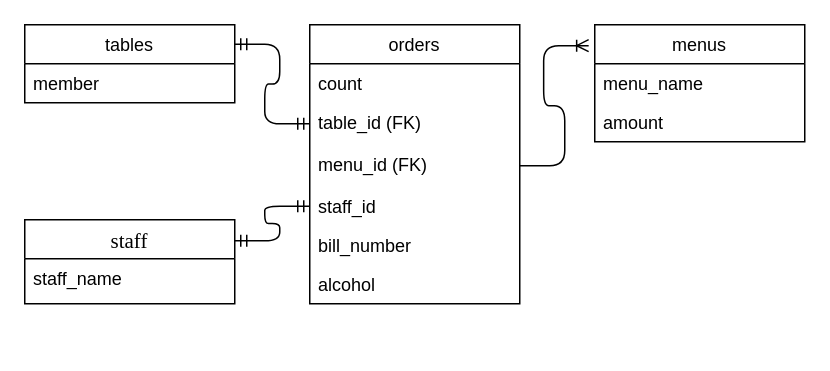
koteharyu/Today_I_Learned keeps this draw.io diagram as DataBase/osho.dio. Above is the earlier version. Source tidied: cells renumbered, new cells numbered last; positions are measured from the earlier drawing's top-left corner, leaving out a move shared by most shapes. Both pictures are drawn from the tidied source at 150%, with x=0, y=0 at pixel (24, 24).
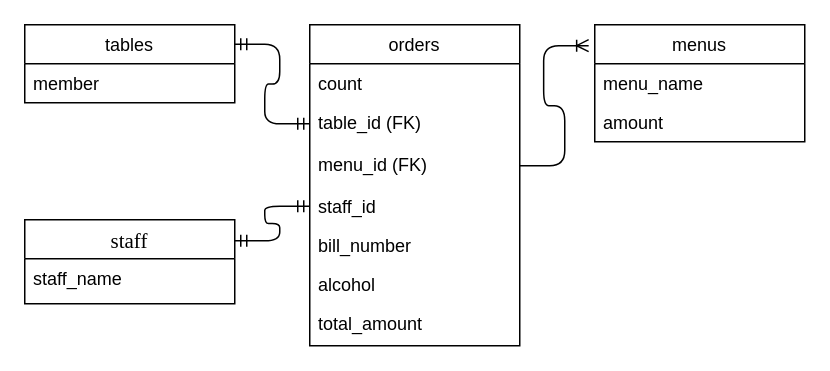
Above is the later version.

Commit message:
add total_amount in orders table!

Change to the diagram source:
```diff
@@
 <mxGraphModel>
   <root>
     <mxCell id="0" />
     <mxCell id="1" parent="0" />
     <mxCell id="2" value="orders" style="swimlane;fontStyle=0;horizontal=1;startSize=26;fillColor=none;" parent="1" vertex="1">
-      <mxGeometry x="190" width="140" height="186" as="geometry" />
+      <mxGeometry x="190" width="140" height="214" as="geometry" />
     </mxCell>
     <mxCell id="3" value="count" style="text;strokeColor=none;fillColor=none;align=left;verticalAlign=top;spacingLeft=4;spacingRight=4;overflow=hidden;" parent="2" vertex="1">
       <mxGeometry y="26" width="140" height="26" as="geometry" />
     </mxCell>
     <mxCell id="4" value="table_id (FK)" style="text;strokeColor=none;fillColor=none;align=left;verticalAlign=top;spacingLeft=4;spacingRight=4;overflow=hidden;points=[[0,0.5],[1,0.5]];portConstraint=eastwest;" parent="2" vertex="1">
       <mxGeometry y="52" width="140" height="28" as="geometry" />
     </mxCell>
     <mxCell id="5" value="menu_id (FK)" style="text;strokeColor=none;fillColor=none;align=left;verticalAlign=top;spacingLeft=4;spacingRight=4;overflow=hidden;points=[[0,0.5],[1,0.5]];portConstraint=eastwest;" parent="2" vertex="1">
       <mxGeometry y="80" width="140" height="28" as="geometry" />
     </mxCell>
     <mxCell id="6" value="staff_id" style="text;strokeColor=none;fillColor=none;align=left;verticalAlign=top;spacingLeft=4;spacingRight=4;overflow=hidden;points=[[0,0.5],[1,0.5]];portConstraint=eastwest;" parent="2" vertex="1">
       <mxGeometry y="108" width="140" height="26" as="geometry" />
     </mxCell>
     <mxCell id="7" value="bill_number" style="text;strokeColor=none;fillColor=none;align=left;verticalAlign=top;spacingLeft=4;spacingRight=4;overflow=hidden;" parent="2" vertex="1">
       <mxGeometry y="134" width="140" height="26" as="geometry" />
     </mxCell>
     <mxCell id="8" value="alcohol" style="text;strokeColor=none;fillColor=none;align=left;verticalAlign=top;spacingLeft=4;spacingRight=4;overflow=hidden;" parent="2" vertex="1">
       <mxGeometry y="160" width="140" height="26" as="geometry" />
     </mxCell>
+    <mxCell id="19" value="total_amount&#10;" style="text;strokeColor=none;fillColor=none;align=left;verticalAlign=top;spacingLeft=4;spacingRight=4;overflow=hidden;" parent="2" vertex="1">
+      <mxGeometry y="186" width="140" height="28" as="geometry" />
+    </mxCell>
     <mxCell id="9" value="tables" style="swimlane;fontStyle=0;horizontal=1;startSize=26;fillColor=none;" parent="1" vertex="1">
       <mxGeometry width="140" height="52" as="geometry" />
     </mxCell>
     <mxCell id="10" value="member" style="text;strokeColor=none;fillColor=none;align=left;verticalAlign=top;spacingLeft=4;spacingRight=4;overflow=hidden;" parent="9" vertex="1">
       <mxGeometry y="26" width="140" height="26" as="geometry" />
     </mxCell>
     <mxCell id="11" value="menus" style="swimlane;fontStyle=0;horizontal=1;startSize=26;fillColor=none;" parent="1" vertex="1">
       <mxGeometry x="380" width="140" height="78" as="geometry" />
     </mxCell>
     <mxCell id="12" value="menu_name" style="text;strokeColor=none;fillColor=none;align=left;verticalAlign=top;spacingLeft=4;spacingRight=4;overflow=hidden;" parent="11" vertex="1">
       <mxGeometry y="26" width="140" height="26" as="geometry" />
     </mxCell>
     <mxCell id="13" value="amount&#10;" style="text;strokeColor=none;fillColor=none;align=left;verticalAlign=top;spacingLeft=4;spacingRight=4;overflow=hidden;" parent="11" vertex="1">
       <mxGeometry y="52" width="140" height="26" as="geometry" />
     </mxCell>
     <mxCell id="14" value="staff" style="swimlane;fontStyle=0;horizontal=1;startSize=26;align=center;fontSize=14;fontFamily=Times New Roman;" parent="1" vertex="1">
       <mxGeometry y="130" width="140" height="56" as="geometry" />
     </mxCell>
     <mxCell id="15" value="staff_name" style="text;strokeColor=none;fillColor=none;spacingLeft=4;spacingRight=4;overflow=hidden;fontSize=12;" parent="14" vertex="1">
       <mxGeometry y="26" width="140" height="30" as="geometry" />
     </mxCell>
     <mxCell id="16" style="edgeStyle=entityRelationEdgeStyle;fontSize=12;html=1;endArrow=ERmandOne;startArrow=ERmandOne;fontFamily=Times New Roman;exitX=1;exitY=0.25;exitDx=0;exitDy=0;entryX=0;entryY=0.5;entryDx=0;entryDy=0;" parent="1" edge="1" source="9" target="4">
       <mxGeometry relative="1" as="geometry" />
     </mxCell>
     <mxCell id="17" style="edgeStyle=entityRelationEdgeStyle;fontSize=12;html=1;endArrow=ERoneToMany;fontFamily=Times New Roman;exitX=1;exitY=0.5;exitDx=0;exitDy=0;entryX=-0.029;entryY=0.179;entryDx=0;entryDy=0;entryPerimeter=0;" parent="1" edge="1" source="5" target="11">
       <mxGeometry relative="1" as="geometry" />
     </mxCell>
     <mxCell id="18" style="edgeStyle=entityRelationEdgeStyle;fontSize=12;html=1;endArrow=ERmandOne;startArrow=ERmandOne;fontFamily=Times New Roman;exitX=1;exitY=0.25;exitDx=0;exitDy=0;entryX=0;entryY=0.5;entryDx=0;entryDy=0;" parent="1" edge="1" source="14" target="6">
       <mxGeometry relative="1" as="geometry" />
     </mxCell>
   </root>
 </mxGraphModel>
```
